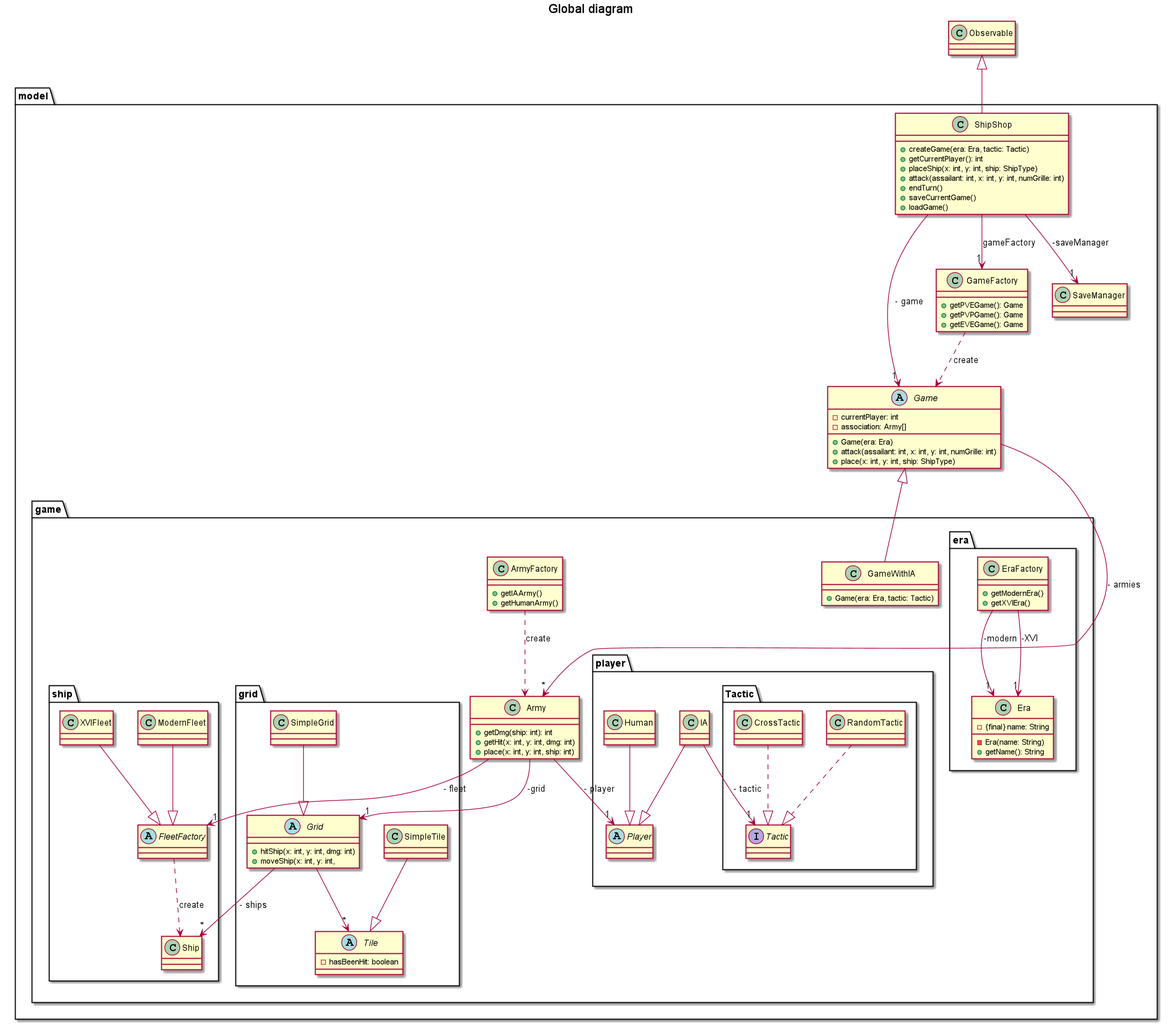
Before: doc/conception/image/class/global.png, a diagram exported from PlantUML (Reynault/ShipShop).
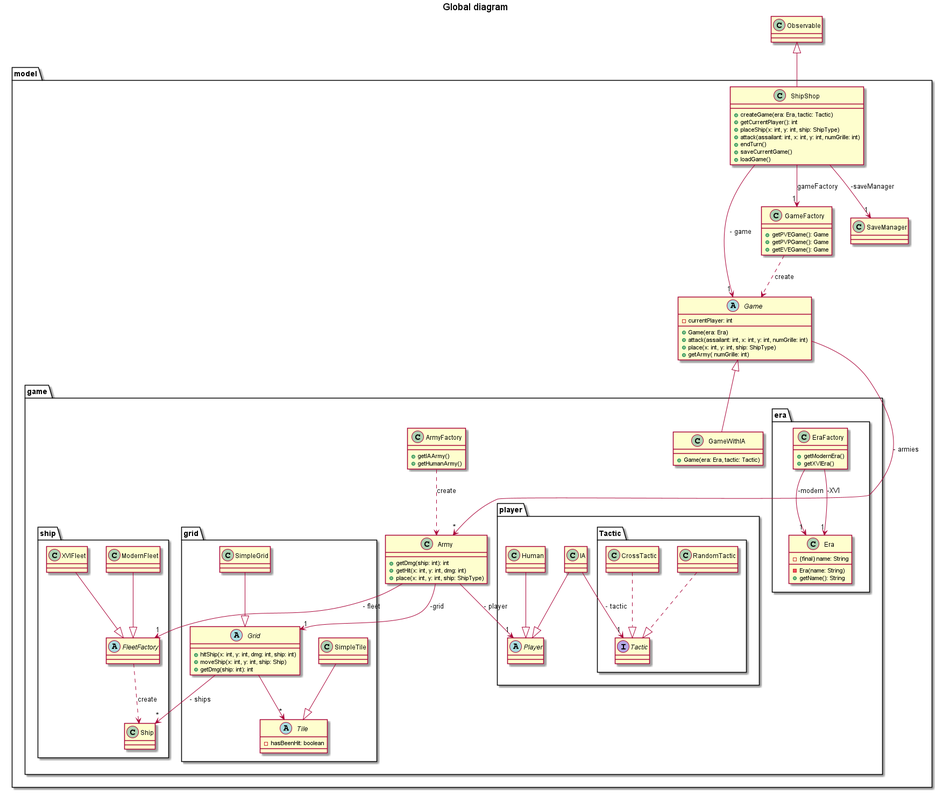
The same file after the commit.

The edit, as a diff of the source:
```diff
@@ -35,10 +35,10 @@
 
         abstract Game{
             - currentPlayer: int
-            - association: Army[]
             + Game(era: Era)
             + attack(assailant: int, x: int, y: int, numGrille: int)
             + place(x: int, y: int, ship: ShipType)
+            + getArmy( numGrille: int)
         }
 
         class GameWithIA{
@@ -53,14 +53,15 @@
         class Army{
             + getDmg(ship: int): int
             + getHit(x: int, y: int, dmg: int)
-            + place(x: int, y: int, ship: int)
+            + place(x: int, y: int, ship: ShipType)
         }
 
         package grid{
 
             abstract Grid{
-                + hitShip(x: int, y: int, dmg: int)
-                + moveShip(x: int, y: int,
+                + hitShip(x: int, y: int, dmg: int, ship: int)
+                + moveShip(x: int, y: int, ship: Ship)
+                + getDmg(ship: int): int
             }
 
             class SimpleGrid{
```
